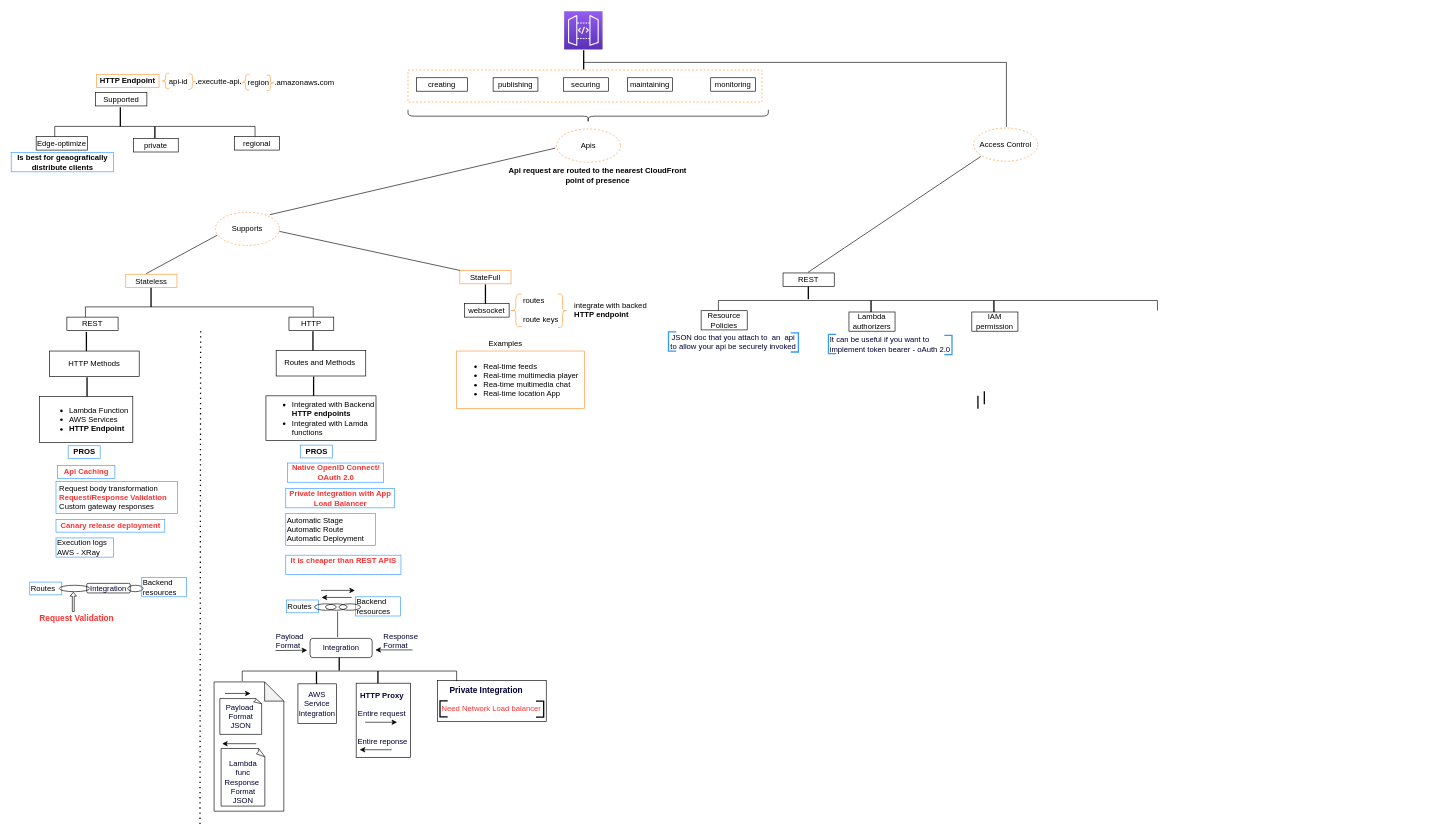
ldipotetjob/AWS keeps this draw.io diagram as certification/apigateway/api_gateway.drawio. Above is the earlier version. Source tidied: cells renumbered, new cells numbered last; positions are measured from the earlier drawing's top-left corner, leaving out a move shared by most shapes. Both pictures are drawn from the tidied source at 64%, with x=0, y=0 at pixel (11, 11).
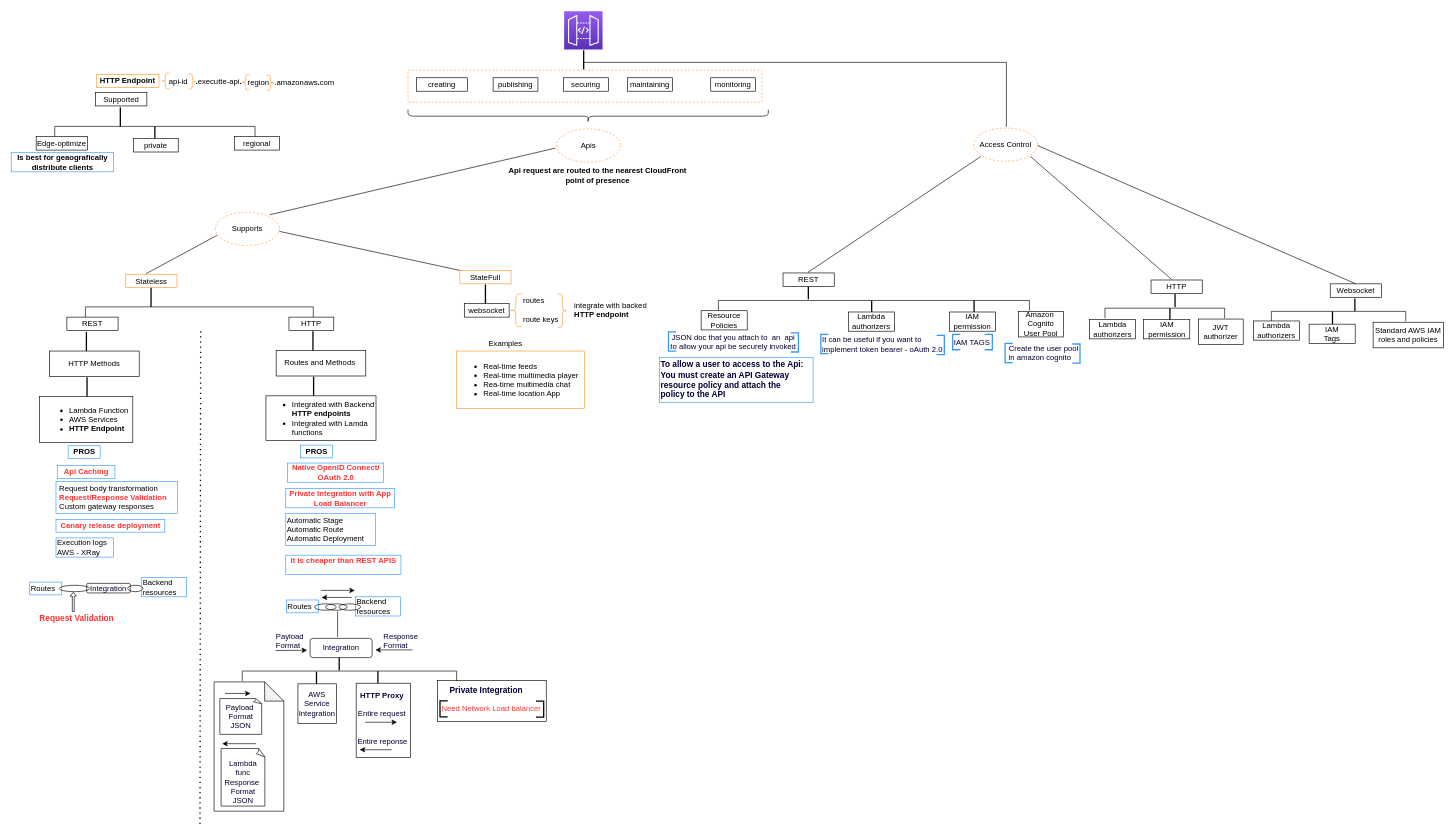
The same page after the edit.

Diff of the diagram source:
```diff
@@
     <mxCell id="115" style="shape=partialRectangle;whiteSpace=wrap;html=1;bottom=1;right=1;left=1;top=0;fillColor=none;routingCenterX=-0.5;rotation=-180;direction=east;" parent="1" vertex="1">
-      <mxGeometry x="1105" y="452" width="686" height="15" as="geometry" />
+      <mxGeometry x="1105" y="452" width="486" height="15" as="geometry" />
     </mxCell>
-    <mxCell id="116" style="line;strokeWidth=2;direction=south;html=1;" parent="1" vertex="1">
-      <mxGeometry x="1490" y="601" width="41" height="20" as="geometry" />
-    </mxCell>
@@
-    <mxCell id="118" style="line;strokeWidth=2;direction=south;html=1;" parent="1" vertex="1">
-      <mxGeometry x="1500" y="594" width="41" height="20" as="geometry" />
-    </mxCell>
     <mxCell id="119" style="line;strokeWidth=2;direction=south;html=1;" parent="1" vertex="1">
-      <mxGeometry x="1323" y="452" width="41" height="18" as="geometry" />
+      <mxGeometry x="1324" y="452" width="41" height="18" as="geometry" />
     </mxCell>
@@
     <mxCell id="123" value="Lambda authorizers" style="rounded=0;whiteSpace=wrap;html=1;" parent="1" vertex="1">
-      <mxGeometry x="1309" y="470" width="72" height="30" as="geometry" />
+      <mxGeometry x="1308" y="470" width="72" height="30" as="geometry" />
     </mxCell>
     <mxCell id="124" value="&lt;div style=&quot;text-align: left;&quot;&gt;&lt;span style=&quot;background-color: initial;&quot;&gt;It can be useful if you want to&amp;nbsp;&lt;/span&gt;&lt;/div&gt;&lt;div style=&quot;text-align: left;&quot;&gt;&lt;span style=&quot;background-color: initial;&quot;&gt;implement token bearer - oAuth 2.0&lt;/span&gt;&lt;/div&gt;" style="text;html=1;align=center;verticalAlign=middle;strokeColor=none;fillColor=none;fontColor=#000033;" parent="1" vertex="1">
-      <mxGeometry x="1273" y="506" width="200" height="30" as="geometry" />
+      <mxGeometry x="1261" y="506" width="200" height="30" as="geometry" />
     </mxCell>
     <mxCell id="125" style="strokeWidth=2;html=1;shape=mxgraph.flowchart.annotation_1;align=left;fontColor=#000033;fillColor=none;strokeColor=#3399FF;" parent="1" vertex="1">
-      <mxGeometry x="1277" y="505" width="12" height="30" as="geometry" />
+      <mxGeometry x="1265" y="505" width="12" height="30" as="geometry" />
     </mxCell>
     <mxCell id="126" style="strokeWidth=2;html=1;shape=mxgraph.flowchart.annotation_1;align=left;fontColor=#000033;fillColor=none;direction=west;strokeColor=#3399FF;" parent="1" vertex="1">
-      <mxGeometry x="1458" y="506.5" width="12" height="30" as="geometry" />
+      <mxGeometry x="1446" y="506.5" width="12" height="30" as="geometry" />
     </mxCell>
     <mxCell id="127" style="line;strokeWidth=2;direction=south;html=1;" parent="1" vertex="1">
-      <mxGeometry x="1515" y="452" width="41" height="18" as="geometry" />
+      <mxGeometry x="1484" y="452" width="41" height="18" as="geometry" />
     </mxCell>
     <mxCell id="128" value="IAM&lt;br&gt;permission" style="rounded=0;whiteSpace=wrap;html=1;align=center;" parent="1" vertex="1">
-      <mxGeometry x="1501" y="470" width="72" height="30" as="geometry" />
+      <mxGeometry x="1466" y="470" width="72" height="30" as="geometry" />
     </mxCell>
+    <mxCell id="129" value="Amazon&amp;nbsp; Cognito User Pool" style="rounded=0;whiteSpace=wrap;html=1;align=center;" parent="1" vertex="1">
+      <mxGeometry x="1574" y="469" width="70" height="40" as="geometry" />
+    </mxCell>
+    <mxCell id="130" value="&lt;div style=&quot;text-align: left;&quot;&gt;IAM TAGS&lt;/div&gt;" style="text;html=1;align=center;verticalAlign=middle;strokeColor=none;fillColor=none;fontColor=#000033;" parent="1" vertex="1">
+      <mxGeometry x="1466" y="507.5" width="70" height="20" as="geometry" />
+    </mxCell>
+    <mxCell id="131" style="strokeWidth=2;html=1;shape=mxgraph.flowchart.annotation_1;align=left;fontColor=#000033;fillColor=none;strokeColor=#3399FF;" parent="1" vertex="1">
+      <mxGeometry x="1471" y="505" width="12" height="24" as="geometry" />
+    </mxCell>
+    <mxCell id="132" style="strokeWidth=2;html=1;shape=mxgraph.flowchart.annotation_1;align=left;fontColor=#000033;fillColor=none;direction=west;strokeColor=#3399FF;" parent="1" vertex="1">
+      <mxGeometry x="1521" y="505" width="12" height="24" as="geometry" />
+    </mxCell>
+    <mxCell id="133" style="endArrow=none;html=1;rounded=0;entryX=1;entryY=1;entryDx=0;entryDy=0;exitX=0.403;exitY=-0.039;exitDx=0;exitDy=0;exitPerimeter=0;" parent="1" edge="1" source="134">
+      <mxGeometry relative="1" as="geometry">
+        <mxPoint x="1592.4" y="226.9" as="targetPoint" />
+      </mxGeometry>
+    </mxCell>
+    <mxCell id="134" value="HTTP" style="rounded=0;whiteSpace=wrap;html=1;" parent="1" vertex="1">
+      <mxGeometry x="1781" y="420" width="80" height="21" as="geometry" />
+    </mxCell>
+    <mxCell id="135" style="shape=partialRectangle;whiteSpace=wrap;html=1;bottom=1;right=1;left=1;top=0;fillColor=none;routingCenterX=-0.5;rotation=-180;direction=east;" parent="1" vertex="1">
+      <mxGeometry x="1709" y="464" width="187" height="15" as="geometry" />
+    </mxCell>
+    <mxCell id="136" style="line;strokeWidth=2;direction=south;html=1;" parent="1" vertex="1">
+      <mxGeometry x="1818" y="442" width="1" height="20" as="geometry" />
+    </mxCell>
+    <mxCell id="137" value="Lambda authorizers" style="rounded=0;whiteSpace=wrap;html=1;" parent="1" vertex="1">
+      <mxGeometry x="1685" y="482" width="72" height="30" as="geometry" />
+    </mxCell>
+    <mxCell id="138" value="IAM&lt;br&gt;permission" style="rounded=0;whiteSpace=wrap;html=1;align=center;" parent="1" vertex="1">
+      <mxGeometry x="1769.5" y="482" width="72" height="30" as="geometry" />
+    </mxCell>
+    <mxCell id="139" value="JWT authorizer" style="rounded=0;whiteSpace=wrap;html=1;align=center;" parent="1" vertex="1">
+      <mxGeometry x="1855" y="481" width="70" height="40" as="geometry" />
+    </mxCell>
+    <mxCell id="140" style="line;strokeWidth=2;direction=south;html=1;" parent="1" vertex="1">
+      <mxGeometry x="1790" y="464" width="41" height="18" as="geometry" />
+    </mxCell>
+    <mxCell id="141" value="Websocket" style="rounded=0;whiteSpace=wrap;html=1;" parent="1" vertex="1">
+      <mxGeometry x="2061" y="426" width="80" height="21" as="geometry" />
+    </mxCell>
+    <mxCell id="142" style="shape=partialRectangle;whiteSpace=wrap;html=1;bottom=1;right=1;left=1;top=0;fillColor=none;routingCenterX=-0.5;rotation=-180;direction=east;" parent="1" vertex="1">
+      <mxGeometry x="1969" y="469" width="210" height="15" as="geometry" />
+    </mxCell>
+    <mxCell id="143" value="Lambda authorizers" style="rounded=0;whiteSpace=wrap;html=1;" parent="1" vertex="1">
+      <mxGeometry x="1941" y="484" width="72" height="30" as="geometry" />
+    </mxCell>
+    <mxCell id="144" value="IAM&lt;br&gt;Tags" style="rounded=0;whiteSpace=wrap;html=1;align=center;" parent="1" vertex="1">
+      <mxGeometry x="2028" y="489" width="72" height="30" as="geometry" />
+    </mxCell>
+    <mxCell id="145" value="Standard AWS IAM roles and policies" style="rounded=0;whiteSpace=wrap;html=1;align=center;" parent="1" vertex="1">
+      <mxGeometry x="2128" y="486" width="110" height="40" as="geometry" />
+    </mxCell>
+    <mxCell id="146" style="line;strokeWidth=2;direction=south;html=1;" parent="1" vertex="1">
+      <mxGeometry x="2099" y="449" width="1" height="20" as="geometry" />
+    </mxCell>
+    <mxCell id="147" style="line;strokeWidth=2;direction=south;html=1;" parent="1" vertex="1">
+      <mxGeometry x="2064" y="469" width="1" height="20" as="geometry" />
+    </mxCell>
+    <mxCell id="148" style="endArrow=none;html=1;rounded=0;entryX=1;entryY=1;entryDx=0;entryDy=0;exitX=0.5;exitY=0;exitDx=0;exitDy=0;" parent="1" edge="1" source="141">
+      <mxGeometry relative="1" as="geometry">
+        <mxPoint x="1604" y="210" as="targetPoint" />
+      </mxGeometry>
+    </mxCell>
+    <mxCell id="149" value="&lt;b&gt;To allow a user to access to the Api:&lt;br&gt;You must create an API Gateway &lt;br&gt;resource policy and attach the &lt;br&gt;policy to the API&lt;/b&gt;" style="text;html=1;align=left;verticalAlign=middle;strokeColor=#3399FF;fillColor=none;fontSize=13;fontColor=#000033;strokeWidth=1;" parent="1" vertex="1">
+      <mxGeometry x="1013" y="541" width="240" height="70" as="geometry" />
+    </mxCell>
+    <mxCell id="150" value="&lt;div style=&quot;&quot;&gt;Create the user pool&lt;/div&gt;&lt;div style=&quot;&quot;&gt;in amazon cognito&lt;/div&gt;" style="text;html=1;align=left;verticalAlign=middle;strokeColor=none;fillColor=none;fontColor=#000033;" parent="1" vertex="1">
+      <mxGeometry x="1557" y="519" width="120" height="30" as="geometry" />
+    </mxCell>
+    <mxCell id="151" style="strokeWidth=2;html=1;shape=mxgraph.flowchart.annotation_1;align=left;fontColor=#000033;fillColor=none;strokeColor=#3399FF;" parent="1" vertex="1">
+      <mxGeometry x="1553" y="519" width="12" height="30" as="geometry" />
+    </mxCell>
+    <mxCell id="152" style="strokeWidth=2;html=1;shape=mxgraph.flowchart.annotation_1;align=left;fontColor=#000033;fillColor=none;direction=west;strokeColor=#3399FF;" parent="1" vertex="1">
+      <mxGeometry x="1658" y="520" width="12" height="30" as="geometry" />
+    </mxCell>
```
